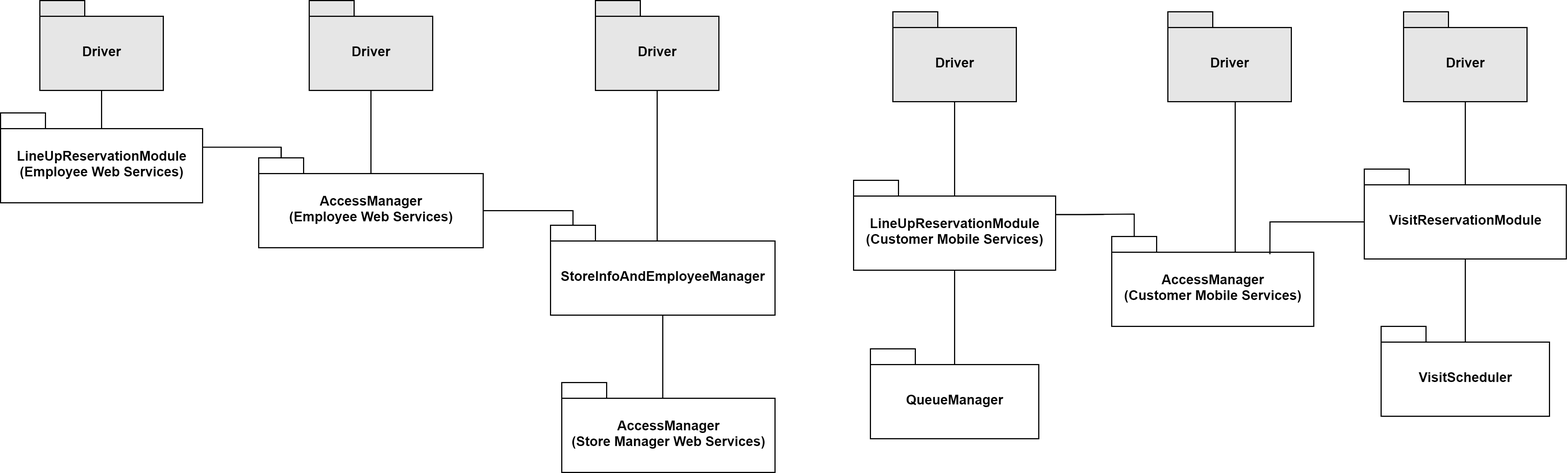
Before: DDworkspace/LaTeXproject/images/int_diagr7.png, a diagram exported from draw.io (marcoDige/CLup). Source tidied: cells renumbered, new cells last; positions are measured from the earlier drawing's top-left corner, leaving out a move shared by most shapes.
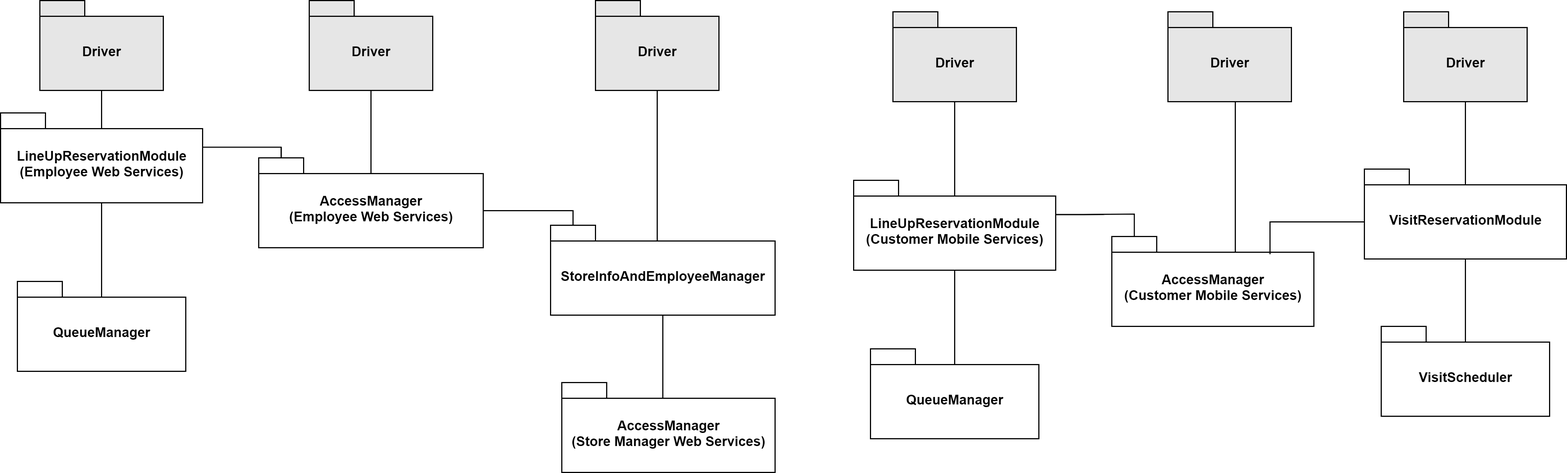
Above is the later version.

Change to the diagram source:
```diff
@@ -137,5 +137,17 @@
     <mxCell id="29" value="Driver" style="shape=folder;fontStyle=1;spacingTop=10;tabWidth=40;tabHeight=14;tabPosition=left;html=1;fillColor=#E6E6E6;" parent="1" vertex="1">
       <mxGeometry x="35" width="110" height="80" as="geometry" />
     </mxCell>
+    <mxCell id="30" value="QueueManager" style="shape=folder;fontStyle=1;spacingTop=10;tabWidth=40;tabHeight=14;tabPosition=left;html=1;fillColor=#FFFFFF;" parent="1" vertex="1">
+      <mxGeometry x="15" y="250" width="150" height="80" as="geometry" />
+    </mxCell>
+    <mxCell id="31" style="edgeStyle=orthogonalEdgeStyle;rounded=0;orthogonalLoop=1;jettySize=auto;html=1;exitX=0.5;exitY=1;exitDx=0;exitDy=0;exitPerimeter=0;endArrow=none;endFill=0;" parent="1" edge="1">
+      <mxGeometry relative="1" as="geometry">
+        <mxPoint x="90" y="180" as="sourcePoint" />
+        <mxPoint x="90" y="264" as="targetPoint" />
+        <Array as="points">
+          <mxPoint x="90" y="264" />
+        </Array>
+      </mxGeometry>
+    </mxCell>
   </root>
 </mxGraphModel>
```
